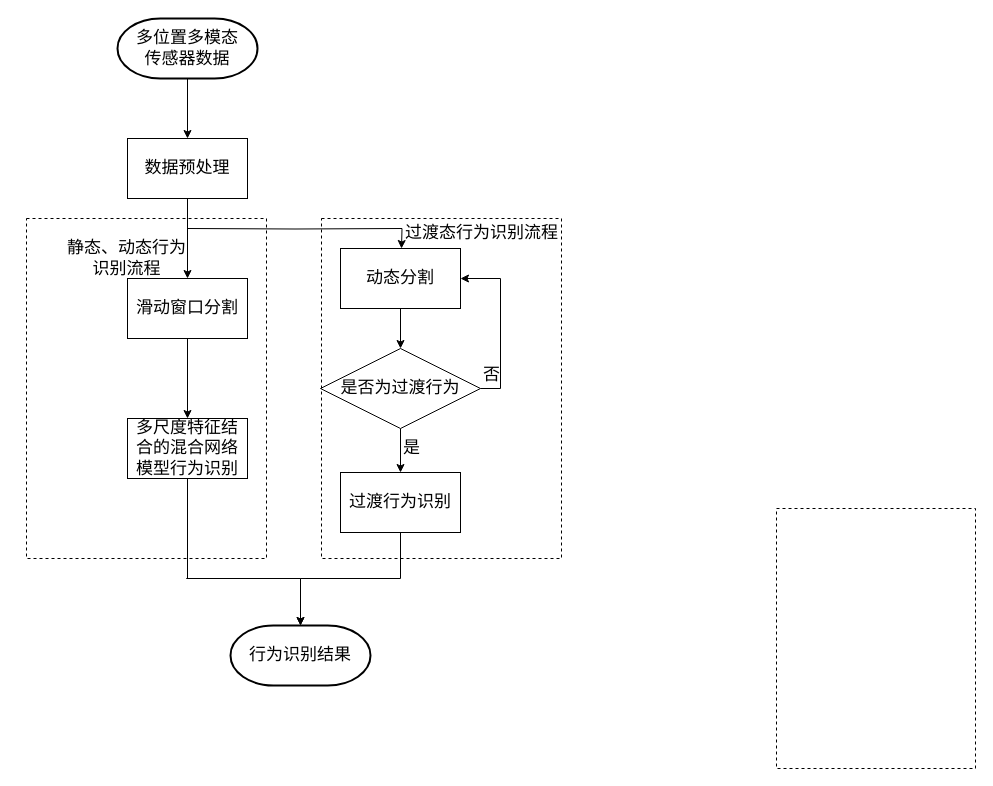
ByronGe/ff keeps this draw.io diagram as 过渡态流程图.drawio. Above is the earlier version. Source tidied: cells renumbered, new cells numbered last; positions are measured from the earlier drawing's top-left corner, leaving out a move shared by most shapes. Both pictures are drawn from the tidied source at 100%, with x=0, y=0 at pixel (26, 18).
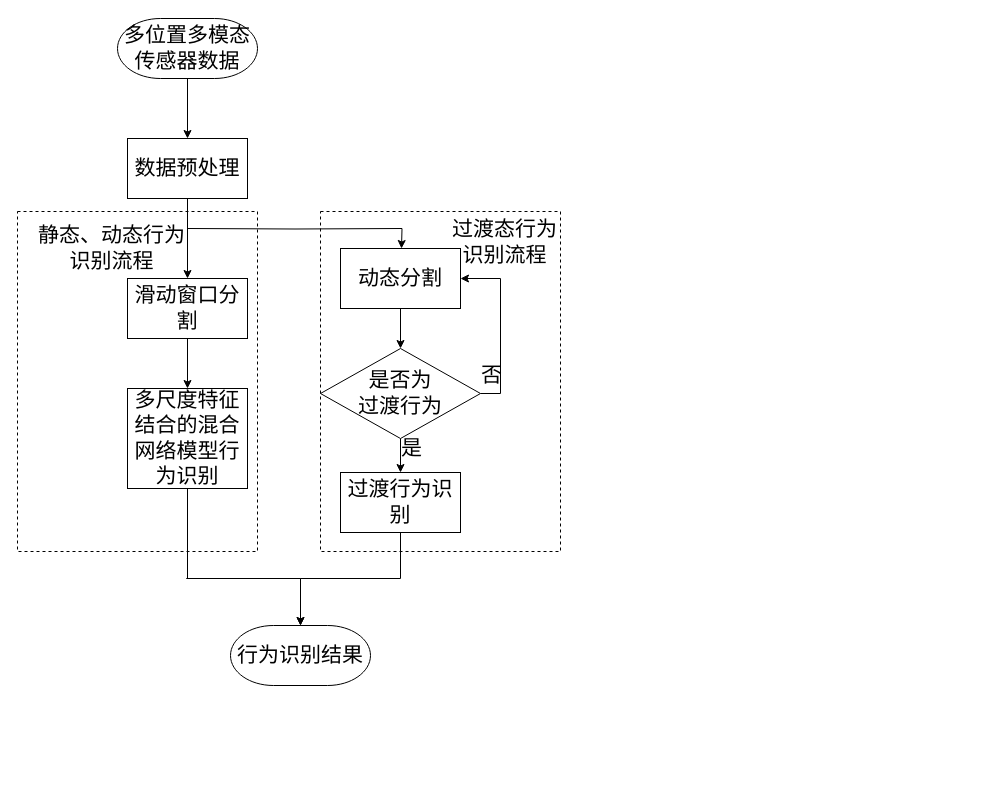
The same diagram, later.

Commit message:
Update 过渡态流程图.drawio

Change to the diagram source:
```diff
@@
-    <mxCell id="2" style="edgeStyle=orthogonalEdgeStyle;rounded=0;jettySize=auto;html=1;fontFamily=Times New Roman;fontSize=17;" parent="1" edge="1" source="3" target="6">
+    <mxCell id="2" style="edgeStyle=orthogonalEdgeStyle;rounded=0;jettySize=auto;html=1;fontFamily=Times New Roman;fontSize=21;" parent="1" edge="1" source="3" target="6">
       <mxGeometry relative="1" as="geometry" />
     </mxCell>
-    <mxCell id="3" value="多位置多模态&lt;br style=&quot;font-size: 17px;&quot;&gt;传感器数据" style="strokeWidth=2;html=1;shape=mxgraph.flowchart.terminator;whiteSpace=wrap;fontFamily=Times New Roman;fontSize=17;" parent="1" vertex="1">
+    <mxCell id="3" value="多位置多模态&lt;br style=&quot;font-size: 21px;&quot;&gt;传感器数据" style="strokeWidth=1;html=1;shape=mxgraph.flowchart.terminator;whiteSpace=wrap;fontFamily=Times New Roman;fontSize=21;" parent="1" vertex="1">
       <mxGeometry x="91" width="140" height="60" as="geometry" />
     </mxCell>
-    <mxCell id="4" style="edgeStyle=orthogonalEdgeStyle;rounded=0;jettySize=auto;html=1;fontFamily=Times New Roman;fontSize=17;" parent="1" edge="1" source="6" target="8">
+    <mxCell id="4" style="edgeStyle=orthogonalEdgeStyle;rounded=0;jettySize=auto;html=1;fontFamily=Times New Roman;fontSize=21;" parent="1" edge="1" source="6" target="8">
       <mxGeometry relative="1" as="geometry" />
     </mxCell>
-    <mxCell id="5" style="edgeStyle=orthogonalEdgeStyle;rounded=0;orthogonalLoop=1;jettySize=auto;html=1;entryX=0.5;entryY=0;entryDx=0;entryDy=0;fontFamily=Times New Roman;fontSize=17;" parent="1" edge="1">
+    <mxCell id="5" style="edgeStyle=orthogonalEdgeStyle;rounded=0;orthogonalLoop=1;jettySize=auto;html=1;entryX=0.5;entryY=0;entryDx=0;entryDy=0;fontFamily=Times New Roman;fontSize=21;" parent="1" edge="1">
       <mxGeometry relative="1" as="geometry">
         <mxPoint x="161" y="210" as="sourcePoint" />
         <mxPoint x="375" y="230" as="targetPoint" />
       </mxGeometry>
     </mxCell>
-    <mxCell id="6" value="数据预处理" style="rounded=0;whiteSpace=wrap;html=1;fontFamily=Times New Roman;fontSize=17;" parent="1" vertex="1">
+    <mxCell id="6" value="数据预处理" style="rounded=0;whiteSpace=wrap;html=1;fontFamily=Times New Roman;fontSize=21;" parent="1" vertex="1">
       <mxGeometry x="101" y="120" width="120" height="60" as="geometry" />
     </mxCell>
-    <mxCell id="7" style="edgeStyle=orthogonalEdgeStyle;rounded=0;jettySize=auto;html=1;fontFamily=Times New Roman;fontSize=17;" parent="1" edge="1" source="8" target="10">
+    <mxCell id="7" style="edgeStyle=orthogonalEdgeStyle;rounded=0;jettySize=auto;html=1;fontFamily=Times New Roman;fontSize=21;" parent="1" edge="1" source="8" target="10">
       <mxGeometry relative="1" as="geometry" />
     </mxCell>
-    <mxCell id="8" value="滑动窗口分割" style="rounded=0;whiteSpace=wrap;html=1;fontFamily=Times New Roman;fontSize=17;" parent="1" vertex="1">
+    <mxCell id="8" value="滑动窗口分割" style="rounded=0;whiteSpace=wrap;html=1;fontFamily=Times New Roman;fontSize=21;" parent="1" vertex="1">
       <mxGeometry x="101" y="260" width="120" height="60" as="geometry" />
     </mxCell>
-    <mxCell id="9" style="edgeStyle=orthogonalEdgeStyle;rounded=0;jettySize=auto;html=1;entryX=0.5;entryY=0;entryDx=0;entryDy=0;entryPerimeter=0;exitX=0.5;exitY=1;exitDx=0;exitDy=0;fontFamily=Times New Roman;fontSize=17;" parent="1" edge="1" source="10" target="18">
+    <mxCell id="9" style="edgeStyle=orthogonalEdgeStyle;rounded=0;jettySize=auto;html=1;entryX=0.5;entryY=0;entryDx=0;entryDy=0;entryPerimeter=0;exitX=0.5;exitY=1;exitDx=0;exitDy=0;fontFamily=Times New Roman;fontSize=21;" parent="1" edge="1" source="10" target="18">
       <mxGeometry relative="1" as="geometry">
         <Array as="points">
           <mxPoint x="160" y="560" />
           <mxPoint x="324" y="560" />
         </Array>
       </mxGeometry>
     </mxCell>
-    <mxCell id="10" value="多尺度特征结合的混合网络模型行为识别" style="rounded=0;whiteSpace=wrap;html=1;fontFamily=Times New Roman;fontSize=17;" parent="1" vertex="1">
-      <mxGeometry x="101" y="400" width="120" height="60" as="geometry" />
+    <mxCell id="10" value="多尺度特征结合的混合网络模型行为识别" style="rounded=0;whiteSpace=wrap;html=1;fontFamily=Times New Roman;fontSize=21;" parent="1" vertex="1">
+      <mxGeometry x="101" y="370" width="120" height="100" as="geometry" />
     </mxCell>
-    <mxCell id="11" style="edgeStyle=orthogonalEdgeStyle;rounded=0;jettySize=auto;html=1;fontFamily=Times New Roman;fontSize=17;" parent="1" edge="1" source="12" target="15">
+    <mxCell id="11" style="edgeStyle=orthogonalEdgeStyle;rounded=0;jettySize=auto;html=1;fontFamily=Times New Roman;fontSize=21;" parent="1" edge="1" source="12" target="15">
       <mxGeometry relative="1" as="geometry" />
     </mxCell>
-    <mxCell id="12" value="动态分割" style="rounded=0;whiteSpace=wrap;html=1;fontFamily=Times New Roman;fontSize=17;" parent="1" vertex="1">
+    <mxCell id="12" value="动态分割" style="rounded=0;whiteSpace=wrap;html=1;fontFamily=Times New Roman;fontSize=21;" parent="1" vertex="1">
       <mxGeometry x="314" y="230" width="120" height="60" as="geometry" />
     </mxCell>
-    <mxCell id="13" style="edgeStyle=orthogonalEdgeStyle;rounded=0;jettySize=auto;html=1;entryX=1;entryY=0.5;entryDx=0;entryDy=0;exitX=1;exitY=0.5;exitDx=0;exitDy=0;fontFamily=Times New Roman;fontSize=17;" parent="1" edge="1" source="15" target="12">
+    <mxCell id="13" style="edgeStyle=orthogonalEdgeStyle;rounded=0;jettySize=auto;html=1;entryX=1;entryY=0.5;entryDx=0;entryDy=0;exitX=1;exitY=0.5;exitDx=0;exitDy=0;fontFamily=Times New Roman;fontSize=21;" parent="1" edge="1" source="15" target="12">
       <mxGeometry relative="1" as="geometry" />
     </mxCell>
-    <mxCell id="14" style="edgeStyle=orthogonalEdgeStyle;rounded=0;jettySize=auto;html=1;fontFamily=Times New Roman;fontSize=17;" parent="1" edge="1" source="15" target="17">
+    <mxCell id="14" style="edgeStyle=orthogonalEdgeStyle;rounded=0;jettySize=auto;html=1;fontFamily=Times New Roman;fontSize=21;" parent="1" edge="1" source="15" target="17">
       <mxGeometry relative="1" as="geometry" />
     </mxCell>
-    <mxCell id="15" value="是否为过渡行为" style="rhombus;whiteSpace=wrap;html=1;fontFamily=Times New Roman;fontSize=17;" parent="1" vertex="1">
-      <mxGeometry x="294" y="330" width="160" height="80" as="geometry" />
+    <mxCell id="15" value="是否为&lt;br style=&quot;font-size: 21px;&quot;&gt;过渡行为" style="rhombus;whiteSpace=wrap;html=1;fontFamily=Times New Roman;fontSize=21;" parent="1" vertex="1">
+      <mxGeometry x="294" y="330" width="160" height="90" as="geometry" />
     </mxCell>
-    <mxCell id="16" style="edgeStyle=orthogonalEdgeStyle;rounded=0;jettySize=auto;html=1;exitX=0.5;exitY=1;exitDx=0;exitDy=0;fontFamily=Times New Roman;fontSize=17;" parent="1" edge="1" source="17">
+    <mxCell id="16" style="edgeStyle=orthogonalEdgeStyle;rounded=0;jettySize=auto;html=1;exitX=0.5;exitY=1;exitDx=0;exitDy=0;fontFamily=Times New Roman;fontSize=21;" parent="1" edge="1" source="17">
       <mxGeometry relative="1" as="geometry">
         <mxPoint x="274" y="607" as="targetPoint" />
         <Array as="points">
           <mxPoint x="374" y="560" />
           <mxPoint x="274" y="560" />
         </Array>
       </mxGeometry>
     </mxCell>
-    <mxCell id="17" value="过渡行为识别" style="rounded=0;whiteSpace=wrap;html=1;fontFamily=Times New Roman;fontSize=17;" parent="1" vertex="1">
+    <mxCell id="17" value="过渡行为识别" style="rounded=0;whiteSpace=wrap;html=1;fontFamily=Times New Roman;fontSize=21;" parent="1" vertex="1">
       <mxGeometry x="314" y="454" width="120" height="60" as="geometry" />
     </mxCell>
-    <mxCell id="18" value="行为识别结果" style="strokeWidth=2;html=1;shape=mxgraph.flowchart.terminator;whiteSpace=wrap;fontFamily=Times New Roman;fontSize=17;" parent="1" vertex="1">
+    <mxCell id="18" value="行为识别结果" style="strokeWidth=1;html=1;shape=mxgraph.flowchart.terminator;whiteSpace=wrap;fontFamily=Times New Roman;fontSize=21;" parent="1" vertex="1">
       <mxGeometry x="204" y="607" width="140" height="60" as="geometry" />
     </mxCell>
-    <mxCell id="19" style="rounded=0;whiteSpace=wrap;html=1;dashed=1;fillColor=none;fontFamily=Times New Roman;fontSize=17;" parent="1" vertex="1">
-      <mxGeometry x="750" y="490" width="199" height="260" as="geometry" />
-    </mxCell>
-    <mxCell id="20" value="过渡态行为识别流程" style="text;html=1;align=center;verticalAlign=middle;fontFamily=Times New Roman;fontSize=17;" parent="1" vertex="1">
-      <mxGeometry x="370" y="200" width="170" height="30" as="geometry" />
+    <mxCell id="20" value="过渡态行为&lt;br style=&quot;font-size: 21px;&quot;&gt;识别流程" style="text;html=1;align=center;verticalAlign=middle;fontFamily=Times New Roman;fontSize=21;" parent="1" vertex="1">
+      <mxGeometry x="418" y="199" width="120" height="50" as="geometry" />
     </mxCell>
-    <mxCell id="21" style="rounded=0;whiteSpace=wrap;html=1;dashed=1;fillColor=none;fontFamily=Times New Roman;fontSize=17;" parent="1" vertex="1">
-      <mxGeometry x="295" y="200" width="240" height="340" as="geometry" />
+    <mxCell id="21" style="rounded=0;whiteSpace=wrap;html=1;dashed=1;fillColor=none;fontFamily=Times New Roman;fontSize=21;" parent="1" vertex="1">
+      <mxGeometry x="294" y="193" width="240" height="340" as="geometry" />
     </mxCell>
-    <mxCell id="22" value="是" style="text;html=1;align=center;verticalAlign=middle;fontFamily=Times New Roman;fontSize=17;" parent="1" vertex="1">
-      <mxGeometry x="370" y="415" width="30" height="30" as="geometry" />
+    <mxCell id="22" value="是" style="text;html=1;align=center;verticalAlign=middle;fontFamily=Times New Roman;fontSize=21;" parent="1" vertex="1">
+      <mxGeometry x="365" y="415" width="40" height="30" as="geometry" />
     </mxCell>
-    <mxCell id="23" value="否" style="text;html=1;align=center;verticalAlign=middle;fontFamily=Times New Roman;fontSize=17;" parent="1" vertex="1">
-      <mxGeometry x="450" y="342" width="30" height="30" as="geometry" />
+    <mxCell id="23" value="否" style="text;html=1;align=center;verticalAlign=middle;fontFamily=Times New Roman;fontSize=21;" parent="1" vertex="1">
+      <mxGeometry x="445" y="342" width="40" height="30" as="geometry" />
     </mxCell>
-    <mxCell id="24" value="静态、动态行为&lt;br style=&quot;font-size: 17px;&quot;&gt;识别流程" style="text;html=1;align=center;verticalAlign=middle;fontFamily=Times New Roman;fontSize=17;" parent="1" vertex="1">
-      <mxGeometry x="35" y="215" width="130" height="50" as="geometry" />
+    <mxCell id="24" value="静态、动态行为&lt;br style=&quot;font-size: 21px;&quot;&gt;识别流程" style="text;html=1;align=center;verticalAlign=middle;fontFamily=Times New Roman;fontSize=21;" parent="1" vertex="1">
+      <mxGeometry x="5" y="205" width="160" height="50" as="geometry" />
     </mxCell>
-    <mxCell id="25" style="rounded=0;whiteSpace=wrap;html=1;dashed=1;fillColor=none;fontFamily=Times New Roman;fontSize=17;" parent="1" vertex="1">
-      <mxGeometry y="200" width="240" height="340" as="geometry" />
+    <mxCell id="25" style="rounded=0;whiteSpace=wrap;html=1;dashed=1;fillColor=none;fontFamily=Times New Roman;fontSize=21;" parent="1" vertex="1">
+      <mxGeometry x="-9" y="193" width="240" height="340" as="geometry" />
     </mxCell>
```
